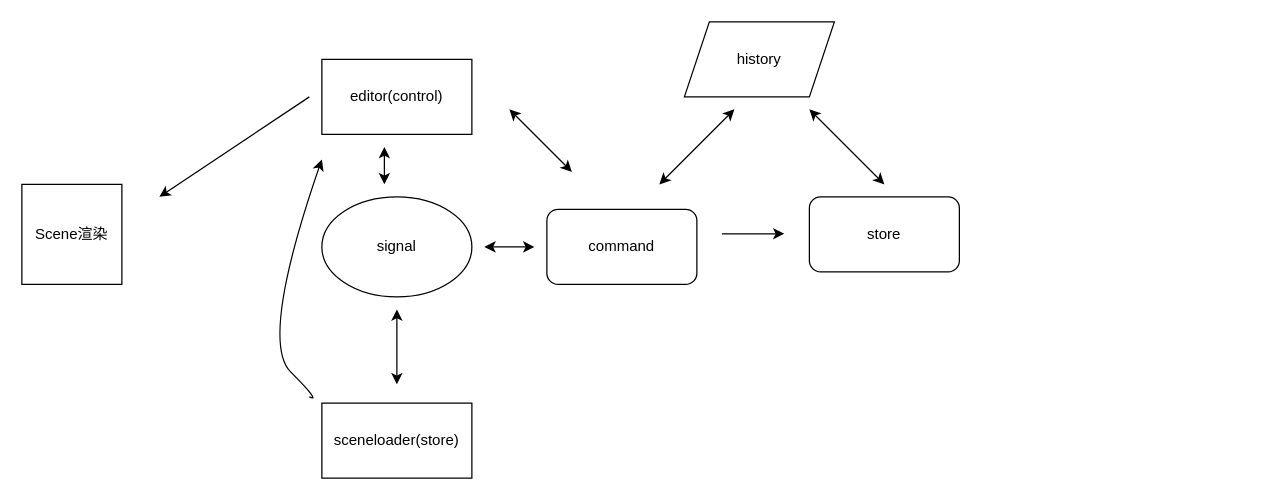
The draw.io diagram editor.drawio in hiotk/umldiagrams, before the edit. Source tidied: cells renumbered, new cells numbered last; positions are measured from the earlier drawing's top-left corner, leaving out a move shared by most shapes. Both pictures are drawn from the tidied source at 125%, with x=0, y=0 at pixel (21, 21).
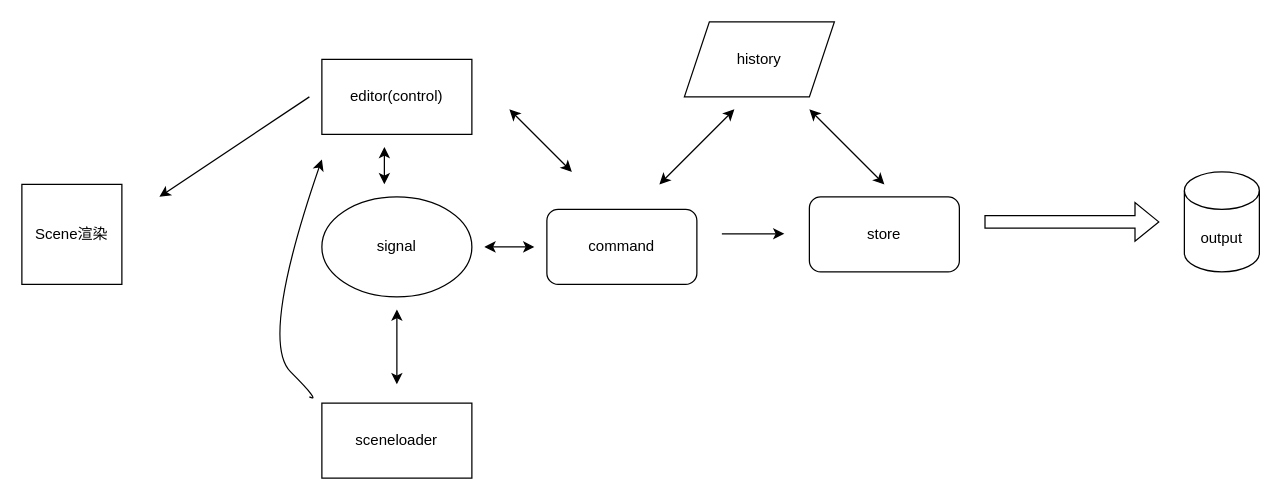
After the change.

Change to the diagram source:
```diff
@@
-    <mxCell id="3" value="sceneloader(store)" style="rounded=0;whiteSpace=wrap;html=1;" parent="1" vertex="1">
+    <mxCell id="3" value="sceneloader" style="rounded=0;whiteSpace=wrap;html=1;" parent="1" vertex="1">
       <mxGeometry x="240" y="305" width="120" height="60" as="geometry" />
     </mxCell>
@@
+    <mxCell id="18" style="shape=flexArrow;endArrow=classic;html=1;rounded=0;" parent="1" edge="1">
+      <mxGeometry relative="1" as="geometry">
+        <mxPoint x="770" y="160" as="sourcePoint" />
+        <mxPoint x="910" y="160" as="targetPoint" />
+      </mxGeometry>
+    </mxCell>
+    <mxCell id="19" value="output" style="shape=cylinder3;whiteSpace=wrap;html=1;boundedLbl=1;backgroundOutline=1;size=15;" parent="1" vertex="1">
+      <mxGeometry x="930" y="120" width="60" height="80" as="geometry" />
+    </mxCell>
```
